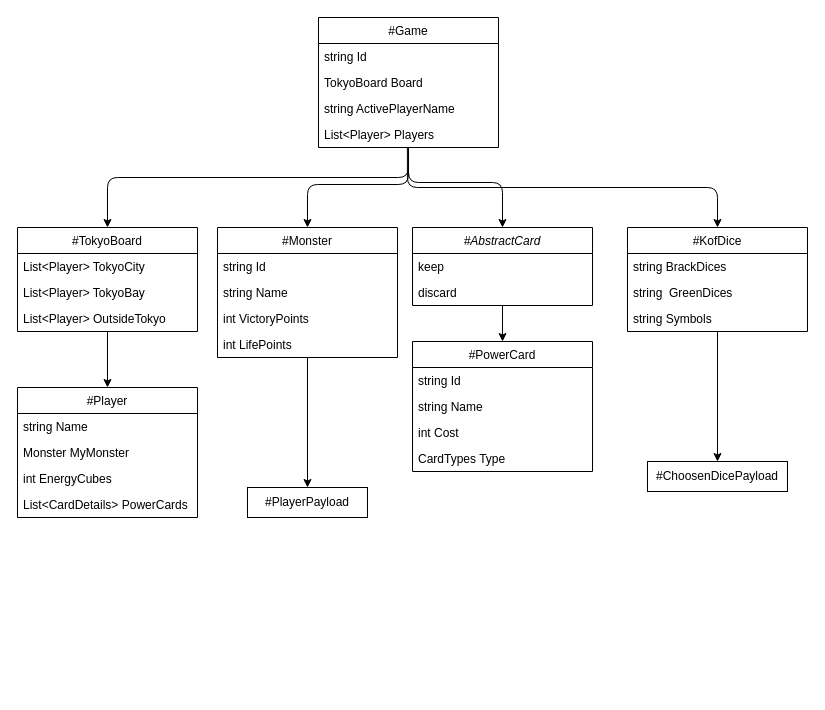
This is KOF/Game/ModelsElements.dio from fjprog102/latamat02, a draw.io file, before an edit. Source tidied: cells renumbered, new cells numbered last; positions are measured from the earlier drawing's top-left corner, leaving out a move shared by most shapes. Both pictures are drawn from the tidied source at 100%, with x=0, y=0 at pixel (17, 17).
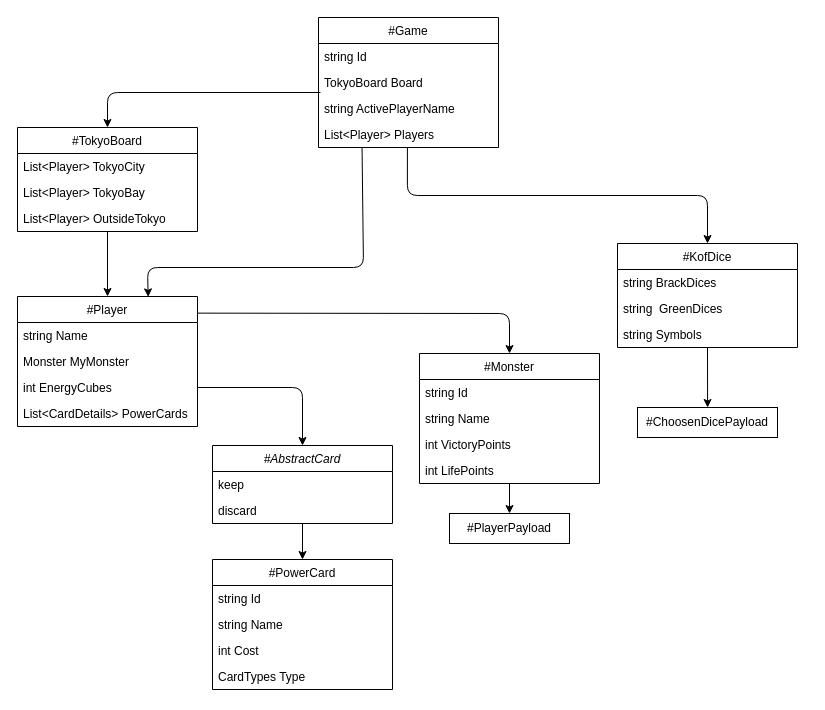
The same page after the edit.

Commit message:
Reestructured ModelsElements diagram

Unchanged cells that the change refers to:
```xml
<mxCell id="5" value="int EnergyCubes" style="text;strokeColor=none;fillColor=none;align=left;verticalAlign=top;spacingLeft=4;spacingRight=4;overflow=hidden;points=[[0,0.5],[1,0.5]];portConstraint=eastwest;" parent="2" vertex="1">
  <mxGeometry y="78" width="180" height="26" as="geometry" />
</mxCell>
<mxCell id="8" value="#Game" style="swimlane;fontStyle=0;horizontal=1;startSize=26;fillColor=none;" parent="1" vertex="1">
  <mxGeometry x="301" width="180" height="130" as="geometry" />
</mxCell>
<mxCell id="11" value="string ActivePlayerName" style="text;strokeColor=none;fillColor=none;align=left;verticalAlign=top;spacingLeft=4;spacingRight=4;overflow=hidden;points=[[0,0.5],[1,0.5]];portConstraint=eastwest;" parent="8" vertex="1">
  <mxGeometry y="78" width="180" height="26" as="geometry" />
</mxCell>
<mxCell id="12" value="List&lt;Player&gt; Players" style="text;strokeColor=none;fillColor=none;align=left;verticalAlign=top;spacingLeft=4;spacingRight=4;overflow=hidden;points=[[0,0.5],[1,0.5]];portConstraint=eastwest;" parent="8" vertex="1">
  <mxGeometry y="104" width="180" height="26" as="geometry" />
</mxCell>
```

Diff of the diagram source:
```diff
@@
     <mxCell id="2" value="#Player" style="swimlane;fontStyle=0;horizontal=1;startSize=26;fillColor=none;" parent="1" vertex="1">
-      <mxGeometry y="370" width="180" height="130" as="geometry" />
+      <mxGeometry y="279" width="180" height="130" as="geometry" />
     </mxCell>
@@
-    <mxCell id="7" style="edgeStyle=orthogonalEdgeStyle;html=1;entryX=0.5;entryY=0;entryDx=0;entryDy=0;" parent="1" edge="1" source="8" target="21">
-      <mxGeometry relative="1" as="geometry">
-        <Array as="points">
-          <mxPoint x="391" y="165" />
-          <mxPoint x="485" y="165" />
-        </Array>
-      </mxGeometry>
-    </mxCell>
@@
-    <mxCell id="13" style="edgeStyle=orthogonalEdgeStyle;shape=connector;rounded=1;html=1;labelBackgroundColor=default;fontFamily=Helvetica;fontSize=11;fontColor=default;startArrow=classic;startFill=1;endArrow=none;endFill=0;strokeColor=default;exitX=0.5;exitY=0;exitDx=0;exitDy=0;" parent="1" edge="1" source="15">
-      <mxGeometry relative="1" as="geometry">
-        <mxPoint x="391" y="133" as="targetPoint" />
-        <Array as="points">
-          <mxPoint x="290" y="167" />
-          <mxPoint x="391" y="167" />
-        </Array>
-      </mxGeometry>
-    </mxCell>
-    <mxCell id="14" style="edgeStyle=none;html=1;" parent="1" edge="1" source="15">
-      <mxGeometry relative="1" as="geometry">
-        <mxPoint x="290" y="470" as="targetPoint" />
-      </mxGeometry>
+    <mxCell id="14" style="edgeStyle=none;html=1;entryX=0.5;entryY=0;entryDx=0;entryDy=0;" parent="1" edge="1" source="15" target="40">
+      <mxGeometry relative="1" as="geometry" />
     </mxCell>
     <mxCell id="15" value="#Monster" style="swimlane;fontStyle=0;horizontal=1;startSize=26;fillColor=none;" parent="1" vertex="1">
-      <mxGeometry x="200" y="210" width="180" height="130" as="geometry" />
+      <mxGeometry x="402" y="336" width="180" height="130" as="geometry" />
     </mxCell>
@@
     <mxCell id="21" value="#AbstractCard" style="swimlane;fontStyle=2;horizontal=1;startSize=26;fillColor=none;" parent="1" vertex="1">
-      <mxGeometry x="395" y="210" width="180" height="78" as="geometry" />
+      <mxGeometry x="195" y="428" width="180" height="78" as="geometry" />
     </mxCell>
@@
-    <mxCell id="25" style="edgeStyle=orthogonalEdgeStyle;html=1;exitX=0.5;exitY=0;exitDx=0;exitDy=0;entryX=0.5;entryY=1.038;entryDx=0;entryDy=0;entryPerimeter=0;startArrow=classic;startFill=1;endArrow=none;endFill=0;" parent="1" edge="1" source="26" target="12">
+    <mxCell id="25" style="edgeStyle=orthogonalEdgeStyle;html=1;exitX=0.5;exitY=0;exitDx=0;exitDy=0;entryX=0.011;entryY=-0.115;entryDx=0;entryDy=0;entryPerimeter=0;startArrow=classic;startFill=1;endArrow=none;endFill=0;" parent="1" edge="1" source="26" target="11">
       <mxGeometry relative="1" as="geometry">
         <Array as="points">
-          <mxPoint x="90" y="160" />
-          <mxPoint x="391" y="160" />
+          <mxPoint x="90" y="75" />
         </Array>
       </mxGeometry>
     </mxCell>
     <mxCell id="26" value="#TokyoBoard" style="swimlane;fontStyle=0;horizontal=1;startSize=26;fillColor=none;" parent="1" vertex="1">
-      <mxGeometry y="210" width="180" height="104" as="geometry" />
+      <mxGeometry y="110" width="180" height="104" as="geometry" />
     </mxCell>
@@
+    <mxCell id="43" style="edgeStyle=none;html=1;exitX=0.5;exitY=1;exitDx=0;exitDy=0;" parent="1" edge="1" source="31">
+      <mxGeometry relative="1" as="geometry">
+        <mxPoint x="690.1" y="390" as="targetPoint" />
+      </mxGeometry>
+    </mxCell>
     <mxCell id="31" value="#KofDice" style="swimlane;fontStyle=0;horizontal=1;startSize=26;fillColor=none;" parent="1" vertex="1">
-      <mxGeometry x="610" y="210" width="180" height="104" as="geometry" />
+      <mxGeometry x="600" y="226" width="180" height="104" as="geometry" />
     </mxCell>
@@
     <mxCell id="35" value="#PowerCard" style="swimlane;fontStyle=0;horizontal=1;startSize=26;fillColor=none;" parent="1" vertex="1">
-      <mxGeometry x="395" y="324" width="180" height="130" as="geometry" />
+      <mxGeometry x="195" y="542" width="180" height="130" as="geometry" />
     </mxCell>
@@
     <mxCell id="40" value="#PlayerPayload" style="rounded=0;whiteSpace=wrap;html=1;" parent="1" vertex="1">
-      <mxGeometry x="230" y="470" width="120" height="30" as="geometry" />
+      <mxGeometry x="432" y="496" width="120" height="30" as="geometry" />
     </mxCell>
-    <mxCell id="41" style="edgeStyle=none;html=1;" parent="1" edge="1">
-      <mxGeometry relative="1" as="geometry">
-        <mxPoint x="700" y="314" as="sourcePoint" />
-        <mxPoint x="700" y="444" as="targetPoint" />
-      </mxGeometry>
-    </mxCell>
     <mxCell id="42" value="#ChoosenDicePayload" style="rounded=0;whiteSpace=wrap;html=1;" parent="1" vertex="1">
-      <mxGeometry x="630" y="444" width="140" height="30" as="geometry" />
+      <mxGeometry x="620" y="390" width="140" height="30" as="geometry" />
     </mxCell>
+    <mxCell id="44" style="edgeStyle=none;html=1;exitX=1.002;exitY=0.128;exitDx=0;exitDy=0;entryX=0.5;entryY=0;entryDx=0;entryDy=0;exitPerimeter=0;" parent="1" edge="1" source="2" target="15">
+      <mxGeometry relative="1" as="geometry">
+        <Array as="points">
+          <mxPoint x="492" y="296" />
+        </Array>
+      </mxGeometry>
+    </mxCell>
+    <mxCell id="45" style="edgeStyle=none;html=1;exitX=1;exitY=0.5;exitDx=0;exitDy=0;entryX=0.5;entryY=0;entryDx=0;entryDy=0;" parent="1" edge="1" source="5" target="21">
+      <mxGeometry relative="1" as="geometry">
+        <Array as="points">
+          <mxPoint x="285" y="370" />
+        </Array>
+      </mxGeometry>
+    </mxCell>
+    <mxCell id="46" style="edgeStyle=none;html=1;exitX=0.242;exitY=1.008;exitDx=0;exitDy=0;exitPerimeter=0;entryX=0.726;entryY=0.003;entryDx=0;entryDy=0;entryPerimeter=0;" parent="1" edge="1" source="12" target="2">
+      <mxGeometry relative="1" as="geometry">
+        <Array as="points">
+          <mxPoint x="346" y="250" />
+          <mxPoint x="130" y="250" />
+        </Array>
+      </mxGeometry>
+    </mxCell>
```
